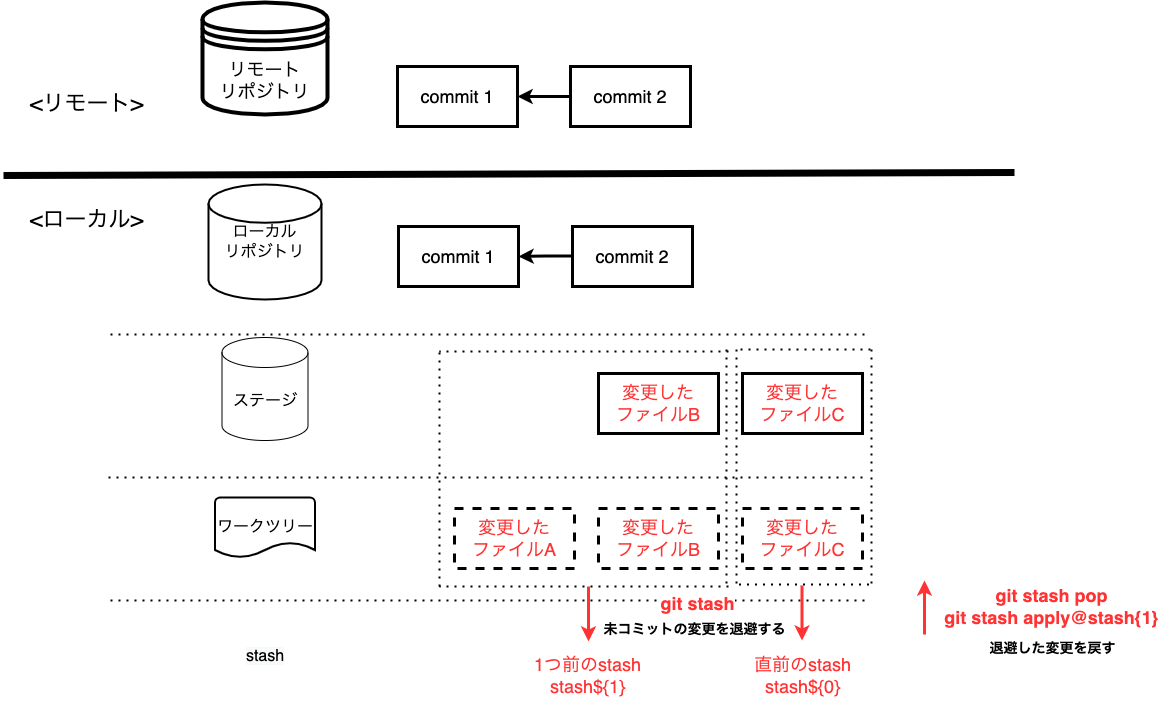
Above: assets/image/Git勉強会_コマンドイメージ図-stash.drawio.png in irongineer/learning-git-for-team (draw.io), before the change. Source tidied: cells renumbered, new cells last; positions are measured from the earlier drawing's top-left corner, leaving out a move shared by most shapes.
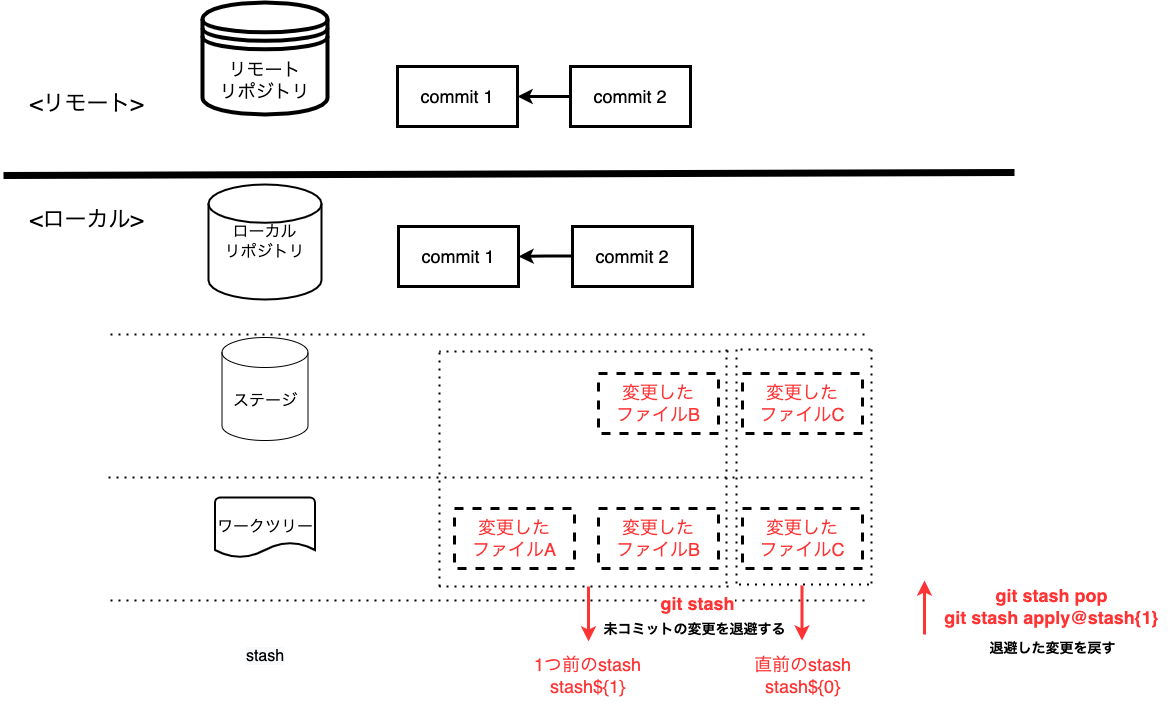
The same diagram one commit later.

Change to the diagram source:
```diff
@@ -41,7 +41,7 @@
     <mxCell id="11" value="変更した&lt;br&gt;ファイルC" style="whiteSpace=wrap;html=1;fontSize=18;fontColor=#FF3333;strokeWidth=3;dashed=1;" parent="1" vertex="1">
       <mxGeometry x="739" y="506" width="120" height="60" as="geometry" />
     </mxCell>
-    <mxCell id="12" value="変更した&lt;br&gt;ファイルC" style="whiteSpace=wrap;html=1;fontSize=18;fontColor=#FF3333;strokeWidth=3;" parent="1" vertex="1">
+    <mxCell id="12" value="変更した&lt;br&gt;ファイルC" style="whiteSpace=wrap;html=1;fontSize=18;fontColor=#FF3333;strokeWidth=3;dashed=1;" parent="1" vertex="1">
       <mxGeometry x="739" y="371" width="120" height="60" as="geometry" />
     </mxCell>
     <mxCell id="13" value="&lt;font color=&quot;#000000&quot;&gt;commit 1&lt;/font&gt;" style="whiteSpace=wrap;html=1;fontSize=18;fontColor=#FF3333;strokeWidth=3;" parent="1" vertex="1">
@@ -72,7 +72,7 @@
     <mxCell id="20" value="変更した&lt;br&gt;ファイルB" style="whiteSpace=wrap;html=1;fontSize=18;fontColor=#FF3333;strokeWidth=3;dashed=1;" parent="1" vertex="1">
       <mxGeometry x="595" y="506" width="120" height="60" as="geometry" />
     </mxCell>
-    <mxCell id="21" value="変更した&lt;br&gt;ファイルB" style="whiteSpace=wrap;html=1;fontSize=18;fontColor=#FF3333;strokeWidth=3;" parent="1" vertex="1">
+    <mxCell id="21" value="変更した&lt;br&gt;ファイルB" style="whiteSpace=wrap;html=1;fontSize=18;fontColor=#FF3333;strokeWidth=3;dashed=1;" parent="1" vertex="1">
       <mxGeometry x="595" y="371" width="120" height="60" as="geometry" />
     </mxCell>
     <mxCell id="22" value="変更した&lt;br&gt;ファイルA" style="whiteSpace=wrap;html=1;fontSize=18;fontColor=#FF3333;strokeWidth=3;dashed=1;" parent="1" vertex="1">
```
